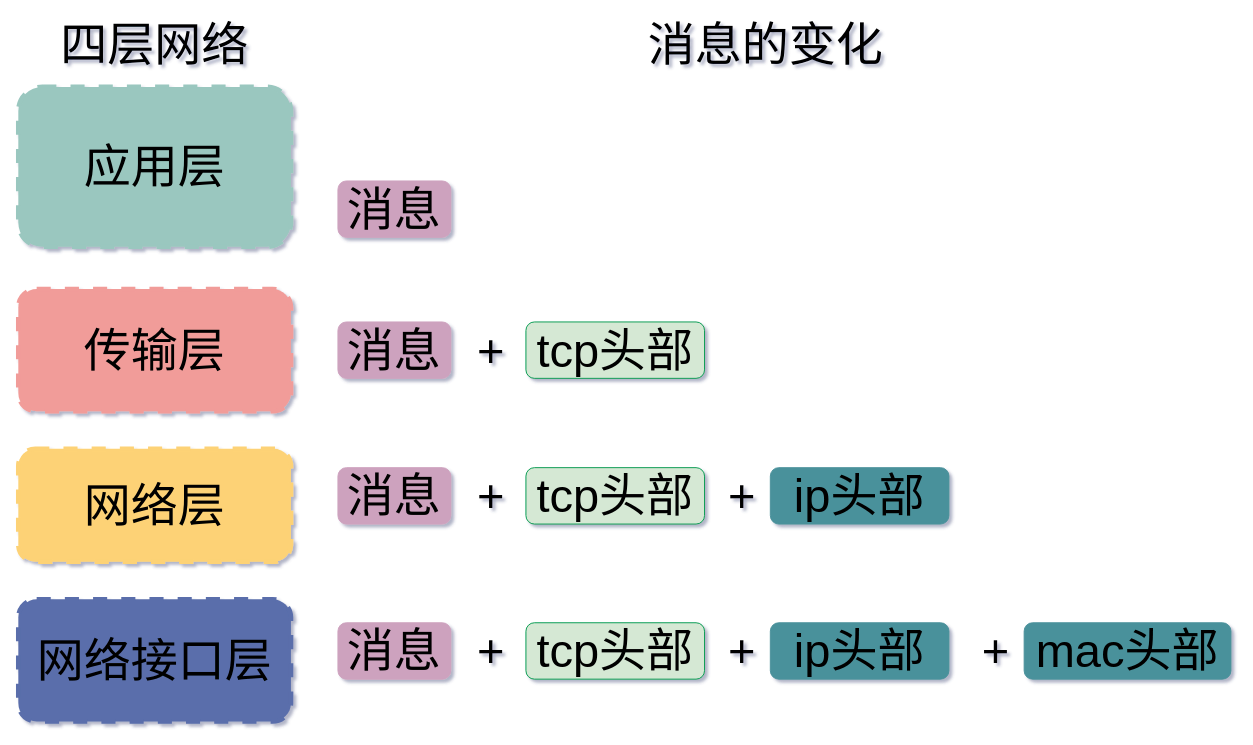
This is network/四层网络协议对应的消息体变化.drawio from xiaobaiTech/image, a draw.io file, before an edit. Source tidied: cells renumbered, new cells numbered last; positions are measured from the earlier drawing's top-left corner, leaving out a move shared by most shapes. Both pictures are drawn from the tidied source at 94%, with x=0, y=0 at pixel (18, 35).
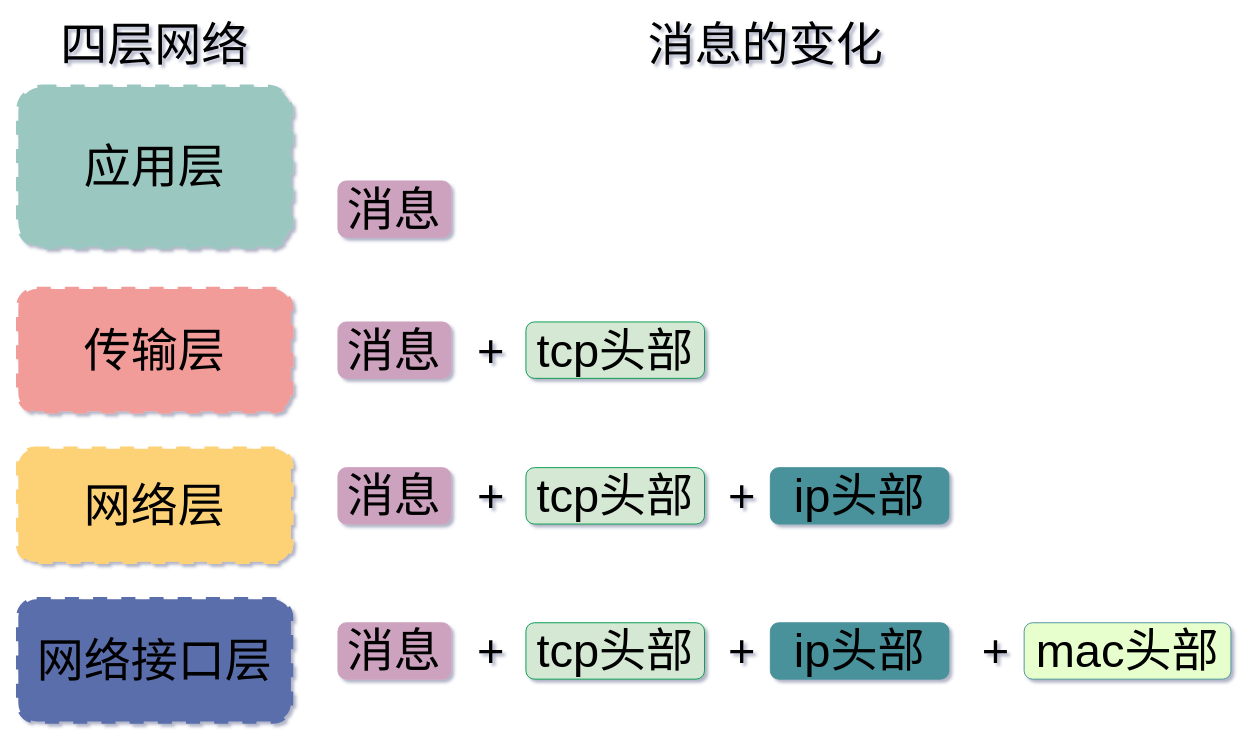
The same diagram, later.

Commit message:
Update 四层网络协议对应的消息体变化.drawio

Change to the diagram source:
```diff
@@
-    <mxCell id="22" value="&lt;font style=&quot;font-size: 50px&quot;&gt;mac头部&lt;/font&gt;" style="rounded=1;whiteSpace=wrap;html=1;fillColor=#4A919B;strokeColor=#4A919B;" parent="1" vertex="1">
+    <mxCell id="22" value="&lt;font style=&quot;font-size: 50px&quot;&gt;mac头部&lt;/font&gt;" style="rounded=1;whiteSpace=wrap;html=1;strokeColor=#4A919B;fillColor=#E6FFCC;" parent="1" vertex="1">
       <mxGeometry x="1070" y="625" width="220" height="60" as="geometry" />
     </mxCell>
```
